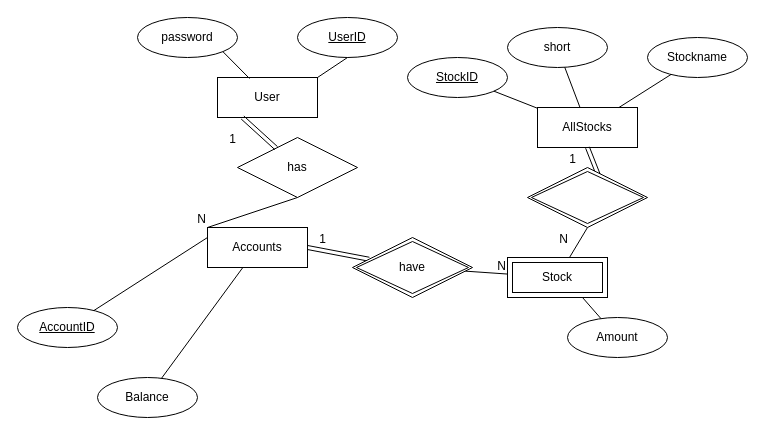
This is Untitled Diagram.drawio from JakobHallin/DT058G, a draw.io file, before an edit. Source tidied: cells renumbered, new cells numbered last; positions are measured from the earlier drawing's top-left corner, leaving out a move shared by most shapes. Both pictures are drawn from the tidied source at 100%, with x=0, y=0 at pixel (17, 17).
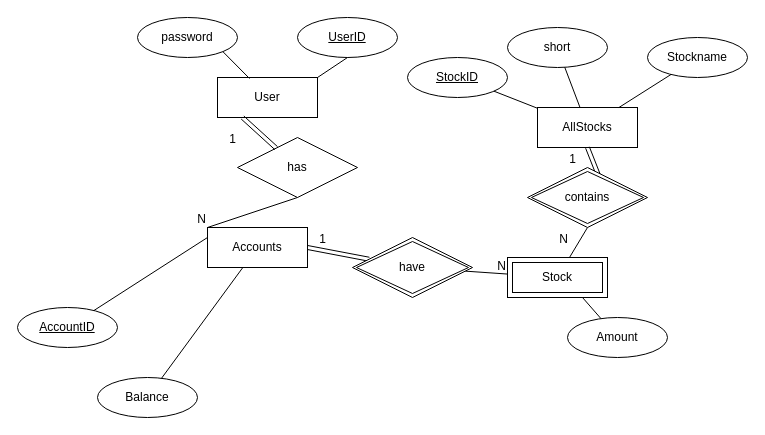
After the change.

Change to the diagram source:
```diff
@@
-    <mxCell id="30" style="shape=rhombus;double=1;perimeter=rhombusPerimeter;whiteSpace=wrap;html=1;align=center;" parent="1" vertex="1">
+    <mxCell id="30" value="contains" style="shape=rhombus;double=1;perimeter=rhombusPerimeter;whiteSpace=wrap;html=1;align=center;" parent="1" vertex="1">
       <mxGeometry x="510" y="150" width="120" height="60" as="geometry" />
     </mxCell>
```
